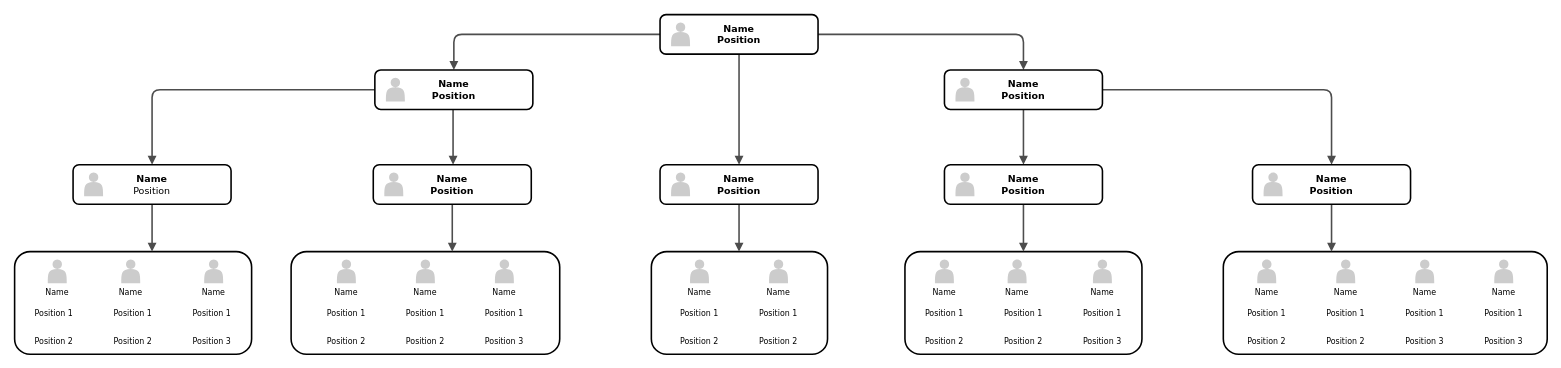
Earlier version of the draw.io diagram 类的继承.drawio (Hantron/jira). Source tidied: cells renumbered, new cells numbered last; positions are measured from the earlier drawing's top-left corner, leaving out a move shared by most shapes. Both pictures are drawn from the tidied source at 79%, with x=0, y=0 at pixel (14, 14).
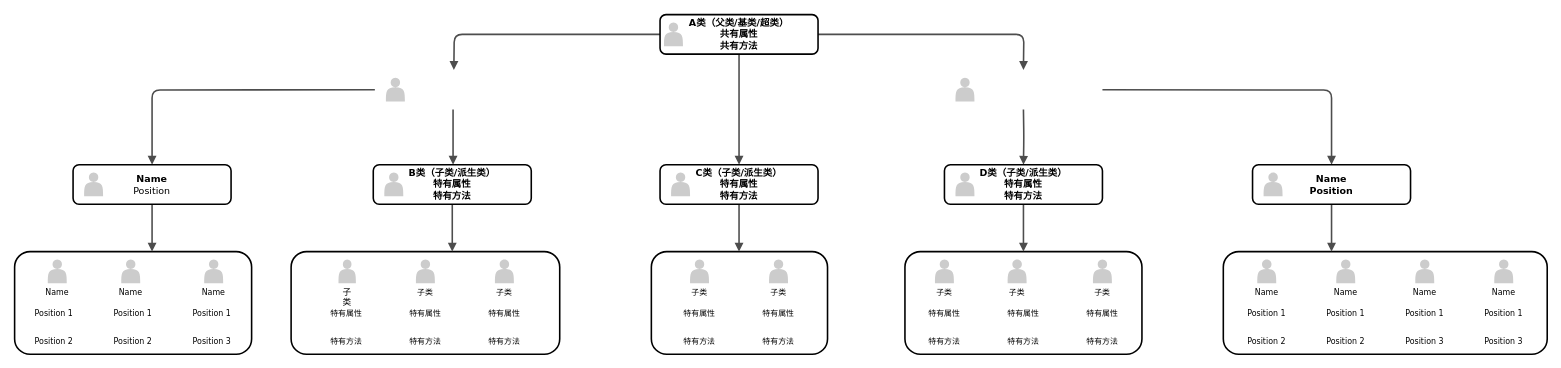
The same diagram, later.

Commit message (it also covers changes not shown here):
更新类的继承.drawio

The change refers to these unchanged cells:
```xml
<mxCell id="64" value="&lt;span&gt;Name&lt;/span&gt;&lt;div&gt;&lt;span style=&quot;font-weight: normal&quot;&gt;Position&lt;/span&gt;&lt;/div&gt;" style="whiteSpace=wrap;html=1;rounded=1;shadow=0;comic=0;strokeWidth=2;fontFamily=Verdana;align=center;fontSize=12;fontStyle=1;" parent="1" vertex="1">
  <mxGeometry x="74" y="190" width="200" height="50" as="geometry" />
</mxCell>
<mxCell id="78" value="Name&lt;div&gt;&lt;span&gt;Position&lt;/span&gt;&lt;/div&gt;" style="whiteSpace=wrap;html=1;rounded=1;shadow=0;comic=0;strokeWidth=2;fontFamily=Verdana;align=center;fontSize=12;fontStyle=1;" parent="1" vertex="1">
  <mxGeometry x="1567" y="190" width="200" height="50" as="geometry" />
</mxCell>
```

What changed in the source:
```diff
@@
-    <mxCell id="7" value="Name" style="shape=actor;whiteSpace=wrap;html=1;rounded=0;shadow=0;comic=0;strokeWidth=1;fillColor=#CCCCCC;fontFamily=Verdana;align=center;strokeColor=none;labelPosition=center;verticalLabelPosition=bottom;verticalAlign=top;fontSize=10;" parent="1" vertex="1">
+    <mxCell id="7" value="子类" style="shape=actor;whiteSpace=wrap;html=1;rounded=0;shadow=0;comic=0;strokeWidth=1;fillColor=#CCCCCC;fontFamily=Verdana;align=center;strokeColor=none;labelPosition=center;verticalLabelPosition=bottom;verticalAlign=top;fontSize=10;" parent="1" vertex="1">
       <mxGeometry x="508" y="310" width="24" height="30" as="geometry" />
     </mxCell>
-    <mxCell id="8" value="Name" style="shape=actor;whiteSpace=wrap;html=1;rounded=0;shadow=0;comic=0;strokeWidth=1;fillColor=#CCCCCC;fontFamily=Verdana;align=center;strokeColor=none;labelPosition=center;verticalLabelPosition=bottom;verticalAlign=top;fontSize=10;" parent="1" vertex="1">
+    <mxCell id="8" value="子类" style="shape=actor;whiteSpace=wrap;html=1;rounded=0;shadow=0;comic=0;strokeWidth=1;fillColor=#CCCCCC;fontFamily=Verdana;align=center;strokeColor=none;labelPosition=center;verticalLabelPosition=bottom;verticalAlign=top;fontSize=10;" parent="1" vertex="1">
       <mxGeometry x="608" y="310" width="24" height="30" as="geometry" />
     </mxCell>
@@
-    <mxCell id="10" value="Name" style="shape=actor;whiteSpace=wrap;html=1;rounded=0;shadow=0;comic=0;strokeWidth=1;fillColor=#CCCCCC;fontFamily=Verdana;align=center;strokeColor=none;labelPosition=center;verticalLabelPosition=bottom;verticalAlign=top;fontSize=10;" parent="1" vertex="1">
+    <mxCell id="10" value="子类" style="shape=actor;whiteSpace=wrap;html=1;rounded=0;shadow=0;comic=0;strokeWidth=1;fillColor=#CCCCCC;fontFamily=Verdana;align=center;strokeColor=none;labelPosition=center;verticalLabelPosition=bottom;verticalAlign=top;fontSize=10;" parent="1" vertex="1">
       <mxGeometry x="855" y="310" width="24" height="30" as="geometry" />
     </mxCell>
-    <mxCell id="11" value="Name" style="shape=actor;whiteSpace=wrap;html=1;rounded=0;shadow=0;comic=0;strokeWidth=1;fillColor=#CCCCCC;fontFamily=Verdana;align=center;strokeColor=none;labelPosition=center;verticalLabelPosition=bottom;verticalAlign=top;fontSize=10;" parent="1" vertex="1">
+    <mxCell id="11" value="子类" style="shape=actor;whiteSpace=wrap;html=1;rounded=0;shadow=0;comic=0;strokeWidth=1;fillColor=#CCCCCC;fontFamily=Verdana;align=center;strokeColor=none;labelPosition=center;verticalLabelPosition=bottom;verticalAlign=top;fontSize=10;" parent="1" vertex="1">
       <mxGeometry x="955" y="310" width="24" height="30" as="geometry" />
     </mxCell>
@@
-    <mxCell id="17" value="Name" style="shape=actor;whiteSpace=wrap;html=1;rounded=0;shadow=0;comic=0;strokeWidth=1;fillColor=#CCCCCC;fontFamily=Verdana;align=center;strokeColor=none;labelPosition=center;verticalLabelPosition=bottom;verticalAlign=top;fontSize=10;" parent="1" vertex="1">
-      <mxGeometry x="408" y="310" width="24" height="30" as="geometry" />
+    <mxCell id="17" value="&lt;font style=&quot;line-height: 0.8; font-size: 11px;&quot;&gt;子类&lt;/font&gt;" style="shape=actor;whiteSpace=wrap;html=1;rounded=0;shadow=0;comic=0;strokeWidth=1;fillColor=#CCCCCC;fontFamily=Verdana;align=center;strokeColor=none;labelPosition=center;verticalLabelPosition=bottom;verticalAlign=top;fontSize=10;" parent="1" vertex="1">
+      <mxGeometry x="410" y="310" width="22" height="30" as="geometry" />
     </mxCell>
@@
-    <mxCell id="20" style="edgeStyle=orthogonalEdgeStyle;rounded=1;html=1;labelBackgroundColor=none;endArrow=block;endFill=1;strokeColor=#4D4D4D;strokeWidth=2;fontFamily=Verdana;fontSize=12;fontStyle=1;" parent="1" edge="1" source="72" target="66">
-      <mxGeometry relative="1" as="geometry" />
+    <mxCell id="20" style="edgeStyle=orthogonalEdgeStyle;rounded=1;html=1;labelBackgroundColor=none;endArrow=block;endFill=1;strokeColor=#4D4D4D;strokeWidth=2;fontFamily=Verdana;fontSize=12;fontStyle=1;" parent="1" edge="1" source="72">
+      <mxGeometry relative="1" as="geometry">
+        <mxPoint x="556" y="70" as="targetPoint" />
+      </mxGeometry>
     </mxCell>
-    <mxCell id="21" style="edgeStyle=orthogonalEdgeStyle;rounded=1;html=1;labelBackgroundColor=none;endArrow=block;endFill=1;strokeColor=#4D4D4D;strokeWidth=2;fontFamily=Verdana;fontSize=12;fontStyle=1;" parent="1" edge="1" source="72" target="74">
-      <mxGeometry relative="1" as="geometry" />
+    <mxCell id="21" style="edgeStyle=orthogonalEdgeStyle;rounded=1;html=1;labelBackgroundColor=none;endArrow=block;endFill=1;strokeColor=#4D4D4D;strokeWidth=2;fontFamily=Verdana;fontSize=12;fontStyle=1;" parent="1" edge="1" source="72">
+      <mxGeometry relative="1" as="geometry">
+        <mxPoint x="1277" y="70" as="targetPoint" />
+      </mxGeometry>
     </mxCell>
-    <mxCell id="22" style="edgeStyle=elbowEdgeStyle;rounded=1;html=1;labelBackgroundColor=none;endArrow=block;endFill=1;strokeColor=#4D4D4D;strokeWidth=2;fontFamily=Verdana;fontSize=12;fontStyle=1;" parent="1" edge="1" source="66" target="68">
-      <mxGeometry relative="1" as="geometry" />
+    <mxCell id="22" style="edgeStyle=elbowEdgeStyle;rounded=1;html=1;labelBackgroundColor=none;endArrow=block;endFill=1;strokeColor=#4D4D4D;strokeWidth=2;fontFamily=Verdana;fontSize=12;fontStyle=1;" parent="1" edge="1" target="68">
+      <mxGeometry relative="1" as="geometry">
+        <mxPoint x="555" y="120" as="sourcePoint" />
+      </mxGeometry>
     </mxCell>
-    <mxCell id="23" style="edgeStyle=orthogonalEdgeStyle;rounded=1;html=1;labelBackgroundColor=none;endArrow=block;endFill=1;strokeColor=#4D4D4D;strokeWidth=2;fontFamily=Verdana;fontSize=12;fontStyle=1;" parent="1" edge="1" source="66" target="64">
-      <mxGeometry relative="1" as="geometry" />
+    <mxCell id="23" style="edgeStyle=orthogonalEdgeStyle;rounded=1;html=1;labelBackgroundColor=none;endArrow=block;endFill=1;strokeColor=#4D4D4D;strokeWidth=2;fontFamily=Verdana;fontSize=12;fontStyle=1;" parent="1" edge="1" target="64">
+      <mxGeometry relative="1" as="geometry">
+        <mxPoint x="456" y="95" as="sourcePoint" />
+      </mxGeometry>
     </mxCell>
-    <mxCell id="24" style="edgeStyle=orthogonalEdgeStyle;rounded=1;html=1;labelBackgroundColor=none;endArrow=block;endFill=1;strokeColor=#4D4D4D;strokeWidth=2;fontFamily=Verdana;fontSize=12;fontStyle=1;" parent="1" edge="1" source="74" target="78">
-      <mxGeometry relative="1" as="geometry" />
+    <mxCell id="24" style="edgeStyle=orthogonalEdgeStyle;rounded=1;html=1;labelBackgroundColor=none;endArrow=block;endFill=1;strokeColor=#4D4D4D;strokeWidth=2;fontFamily=Verdana;fontSize=12;fontStyle=1;" parent="1" edge="1" target="78">
+      <mxGeometry relative="1" as="geometry">
+        <mxPoint x="1377" y="95" as="sourcePoint" />
+      </mxGeometry>
     </mxCell>
-    <mxCell id="25" style="edgeStyle=orthogonalEdgeStyle;rounded=1;html=1;labelBackgroundColor=none;endArrow=block;endFill=1;strokeColor=#4D4D4D;strokeWidth=2;fontFamily=Verdana;fontSize=12;fontStyle=1;" parent="1" edge="1" source="74" target="76">
-      <mxGeometry relative="1" as="geometry" />
+    <mxCell id="25" style="edgeStyle=orthogonalEdgeStyle;rounded=1;html=1;labelBackgroundColor=none;endArrow=block;endFill=1;strokeColor=#4D4D4D;strokeWidth=2;fontFamily=Verdana;fontSize=12;fontStyle=1;" parent="1" edge="1" target="76">
+      <mxGeometry relative="1" as="geometry">
+        <mxPoint x="1277" y="120" as="sourcePoint" />
+      </mxGeometry>
     </mxCell>
@@
-    <mxCell id="37" value="Position 1" style="text;html=1;strokeColor=none;fillColor=none;align=center;verticalAlign=middle;whiteSpace=wrap;rounded=1;shadow=0;comic=0;fontFamily=Verdana;fontSize=10;" parent="1" vertex="1">
+    <mxCell id="37" value="特有属性" style="text;html=1;strokeColor=none;fillColor=none;align=center;verticalAlign=middle;whiteSpace=wrap;rounded=1;shadow=0;comic=0;fontFamily=Verdana;fontSize=10;" parent="1" vertex="1">
       <mxGeometry x="375" y="365" width="90" height="25" as="geometry" />
     </mxCell>
-    <mxCell id="38" value="Position 1" style="text;html=1;strokeColor=none;fillColor=none;align=center;verticalAlign=middle;whiteSpace=wrap;rounded=1;shadow=0;comic=0;fontFamily=Verdana;fontSize=10;" parent="1" vertex="1">
+    <mxCell id="38" value="特有属性" style="text;html=1;strokeColor=none;fillColor=none;align=center;verticalAlign=middle;whiteSpace=wrap;rounded=1;shadow=0;comic=0;fontFamily=Verdana;fontSize=10;" parent="1" vertex="1">
       <mxGeometry x="475" y="365" width="90" height="25" as="geometry" />
     </mxCell>
-    <mxCell id="39" value="Position 1" style="text;html=1;strokeColor=none;fillColor=none;align=center;verticalAlign=middle;whiteSpace=wrap;rounded=1;shadow=0;comic=0;fontFamily=Verdana;fontSize=10;" parent="1" vertex="1">
+    <mxCell id="39" value="特有属性" style="text;html=1;strokeColor=none;fillColor=none;align=center;verticalAlign=middle;whiteSpace=wrap;rounded=1;shadow=0;comic=0;fontFamily=Verdana;fontSize=10;" parent="1" vertex="1">
       <mxGeometry x="575" y="365" width="90" height="25" as="geometry" />
     </mxCell>
-    <mxCell id="40" value="Position 2" style="text;html=1;strokeColor=none;fillColor=none;align=center;verticalAlign=middle;whiteSpace=wrap;rounded=1;shadow=0;comic=0;fontFamily=Verdana;fontSize=10;" parent="1" vertex="1">
+    <mxCell id="40" value="特有方法" style="text;html=1;strokeColor=none;fillColor=none;align=center;verticalAlign=middle;whiteSpace=wrap;rounded=1;shadow=0;comic=0;fontFamily=Verdana;fontSize=10;" parent="1" vertex="1">
       <mxGeometry x="375" y="400" width="90" height="25" as="geometry" />
     </mxCell>
-    <mxCell id="41" value="Position 2" style="text;html=1;strokeColor=none;fillColor=none;align=center;verticalAlign=middle;whiteSpace=wrap;rounded=1;shadow=0;comic=0;fontFamily=Verdana;fontSize=10;" parent="1" vertex="1">
+    <mxCell id="41" value="特有方法" style="text;html=1;strokeColor=none;fillColor=none;align=center;verticalAlign=middle;whiteSpace=wrap;rounded=1;shadow=0;comic=0;fontFamily=Verdana;fontSize=10;" parent="1" vertex="1">
       <mxGeometry x="475" y="400" width="90" height="25" as="geometry" />
     </mxCell>
-    <mxCell id="42" value="Position 3" style="text;html=1;strokeColor=none;fillColor=none;align=center;verticalAlign=middle;whiteSpace=wrap;rounded=1;shadow=0;comic=0;fontFamily=Verdana;fontSize=10;" parent="1" vertex="1">
+    <mxCell id="42" value="特有方法" style="text;html=1;strokeColor=none;fillColor=none;align=center;verticalAlign=middle;whiteSpace=wrap;rounded=1;shadow=0;comic=0;fontFamily=Verdana;fontSize=10;" parent="1" vertex="1">
       <mxGeometry x="575" y="400" width="90" height="25" as="geometry" />
     </mxCell>
-    <mxCell id="43" value="Position 1" style="text;html=1;strokeColor=none;fillColor=none;align=center;verticalAlign=middle;whiteSpace=wrap;rounded=1;shadow=0;comic=0;fontFamily=Verdana;fontSize=10;" parent="1" vertex="1">
+    <mxCell id="43" value="特有属性" style="text;html=1;strokeColor=none;fillColor=none;align=center;verticalAlign=middle;whiteSpace=wrap;rounded=1;shadow=0;comic=0;fontFamily=Verdana;fontSize=10;" parent="1" vertex="1">
       <mxGeometry x="822" y="365" width="90" height="25" as="geometry" />
     </mxCell>
-    <mxCell id="44" value="Position 1" style="text;html=1;strokeColor=none;fillColor=none;align=center;verticalAlign=middle;whiteSpace=wrap;rounded=1;shadow=0;comic=0;fontFamily=Verdana;fontSize=10;" parent="1" vertex="1">
+    <mxCell id="44" value="特有属性" style="text;html=1;strokeColor=none;fillColor=none;align=center;verticalAlign=middle;whiteSpace=wrap;rounded=1;shadow=0;comic=0;fontFamily=Verdana;fontSize=10;" parent="1" vertex="1">
       <mxGeometry x="922" y="365" width="90" height="25" as="geometry" />
     </mxCell>
-    <mxCell id="45" value="Position 2" style="text;html=1;strokeColor=none;fillColor=none;align=center;verticalAlign=middle;whiteSpace=wrap;rounded=1;shadow=0;comic=0;fontFamily=Verdana;fontSize=10;" parent="1" vertex="1">
+    <mxCell id="45" value="特有方法" style="text;html=1;strokeColor=none;fillColor=none;align=center;verticalAlign=middle;whiteSpace=wrap;rounded=1;shadow=0;comic=0;fontFamily=Verdana;fontSize=10;" parent="1" vertex="1">
       <mxGeometry x="822" y="400" width="90" height="25" as="geometry" />
     </mxCell>
-    <mxCell id="46" value="Position 2" style="text;html=1;strokeColor=none;fillColor=none;align=center;verticalAlign=middle;whiteSpace=wrap;rounded=1;shadow=0;comic=0;fontFamily=Verdana;fontSize=10;" parent="1" vertex="1">
+    <mxCell id="46" value="特有方法" style="text;html=1;strokeColor=none;fillColor=none;align=center;verticalAlign=middle;whiteSpace=wrap;rounded=1;shadow=0;comic=0;fontFamily=Verdana;fontSize=10;" parent="1" vertex="1">
       <mxGeometry x="922" y="400" width="90" height="25" as="geometry" />
     </mxCell>
-    <mxCell id="47" value="Name" style="shape=actor;whiteSpace=wrap;html=1;rounded=0;shadow=0;comic=0;strokeWidth=1;fillColor=#CCCCCC;fontFamily=Verdana;align=center;strokeColor=none;labelPosition=center;verticalLabelPosition=bottom;verticalAlign=top;fontSize=10;" parent="1" vertex="1">
+    <mxCell id="47" value="子类" style="shape=actor;whiteSpace=wrap;html=1;rounded=0;shadow=0;comic=0;strokeWidth=1;fillColor=#CCCCCC;fontFamily=Verdana;align=center;strokeColor=none;labelPosition=center;verticalLabelPosition=bottom;verticalAlign=top;fontSize=10;" parent="1" vertex="1">
       <mxGeometry x="1257" y="310" width="24" height="30" as="geometry" />
     </mxCell>
-    <mxCell id="48" value="Name" style="shape=actor;whiteSpace=wrap;html=1;rounded=0;shadow=0;comic=0;strokeWidth=1;fillColor=#CCCCCC;fontFamily=Verdana;align=center;strokeColor=none;labelPosition=center;verticalLabelPosition=bottom;verticalAlign=top;fontSize=10;" parent="1" vertex="1">
+    <mxCell id="48" value="子类" style="shape=actor;whiteSpace=wrap;html=1;rounded=0;shadow=0;comic=0;strokeWidth=1;fillColor=#CCCCCC;fontFamily=Verdana;align=center;strokeColor=none;labelPosition=center;verticalLabelPosition=bottom;verticalAlign=top;fontSize=10;" parent="1" vertex="1">
       <mxGeometry x="1365" y="310" width="24" height="30" as="geometry" />
     </mxCell>
-    <mxCell id="49" value="Name" style="shape=actor;whiteSpace=wrap;html=1;rounded=0;shadow=0;comic=0;strokeWidth=1;fillColor=#CCCCCC;fontFamily=Verdana;align=center;strokeColor=none;labelPosition=center;verticalLabelPosition=bottom;verticalAlign=top;fontSize=10;" parent="1" vertex="1">
+    <mxCell id="49" value="子类" style="shape=actor;whiteSpace=wrap;html=1;rounded=0;shadow=0;comic=0;strokeWidth=1;fillColor=#CCCCCC;fontFamily=Verdana;align=center;strokeColor=none;labelPosition=center;verticalLabelPosition=bottom;verticalAlign=top;fontSize=10;" parent="1" vertex="1">
       <mxGeometry x="1165" y="310" width="24" height="30" as="geometry" />
     </mxCell>
-    <mxCell id="50" value="Position 1" style="text;html=1;strokeColor=none;fillColor=none;align=center;verticalAlign=middle;whiteSpace=wrap;rounded=1;shadow=0;comic=0;fontFamily=Verdana;fontSize=10;" parent="1" vertex="1">
+    <mxCell id="50" value="特有属性" style="text;html=1;strokeColor=none;fillColor=none;align=center;verticalAlign=middle;whiteSpace=wrap;rounded=1;shadow=0;comic=0;fontFamily=Verdana;fontSize=10;" parent="1" vertex="1">
       <mxGeometry x="1132" y="365" width="90" height="25" as="geometry" />
     </mxCell>
-    <mxCell id="51" value="Position 1" style="text;html=1;strokeColor=none;fillColor=none;align=center;verticalAlign=middle;whiteSpace=wrap;rounded=1;shadow=0;comic=0;fontFamily=Verdana;fontSize=10;" parent="1" vertex="1">
+    <mxCell id="51" value="特有属性" style="text;html=1;strokeColor=none;fillColor=none;align=center;verticalAlign=middle;whiteSpace=wrap;rounded=1;shadow=0;comic=0;fontFamily=Verdana;fontSize=10;" parent="1" vertex="1">
       <mxGeometry x="1232" y="365" width="90" height="25" as="geometry" />
     </mxCell>
-    <mxCell id="52" value="Position 1" style="text;html=1;strokeColor=none;fillColor=none;align=center;verticalAlign=middle;whiteSpace=wrap;rounded=1;shadow=0;comic=0;fontFamily=Verdana;fontSize=10;" parent="1" vertex="1">
+    <mxCell id="52" value="特有属性" style="text;html=1;strokeColor=none;fillColor=none;align=center;verticalAlign=middle;whiteSpace=wrap;rounded=1;shadow=0;comic=0;fontFamily=Verdana;fontSize=10;" parent="1" vertex="1">
       <mxGeometry x="1332" y="365" width="90" height="25" as="geometry" />
     </mxCell>
-    <mxCell id="53" value="Position 2" style="text;html=1;strokeColor=none;fillColor=none;align=center;verticalAlign=middle;whiteSpace=wrap;rounded=1;shadow=0;comic=0;fontFamily=Verdana;fontSize=10;" parent="1" vertex="1">
+    <mxCell id="53" value="特有方法" style="text;html=1;strokeColor=none;fillColor=none;align=center;verticalAlign=middle;whiteSpace=wrap;rounded=1;shadow=0;comic=0;fontFamily=Verdana;fontSize=10;" parent="1" vertex="1">
       <mxGeometry x="1132" y="400" width="90" height="25" as="geometry" />
     </mxCell>
-    <mxCell id="54" value="Position 2" style="text;html=1;strokeColor=none;fillColor=none;align=center;verticalAlign=middle;whiteSpace=wrap;rounded=1;shadow=0;comic=0;fontFamily=Verdana;fontSize=10;" parent="1" vertex="1">
+    <mxCell id="54" value="特有方法" style="text;html=1;strokeColor=none;fillColor=none;align=center;verticalAlign=middle;whiteSpace=wrap;rounded=1;shadow=0;comic=0;fontFamily=Verdana;fontSize=10;" parent="1" vertex="1">
       <mxGeometry x="1232" y="400" width="90" height="25" as="geometry" />
     </mxCell>
-    <mxCell id="55" value="Position 3" style="text;html=1;strokeColor=none;fillColor=none;align=center;verticalAlign=middle;whiteSpace=wrap;rounded=1;shadow=0;comic=0;fontFamily=Verdana;fontSize=10;" parent="1" vertex="1">
+    <mxCell id="55" value="特有方法" style="text;html=1;strokeColor=none;fillColor=none;align=center;verticalAlign=middle;whiteSpace=wrap;rounded=1;shadow=0;comic=0;fontFamily=Verdana;fontSize=10;" parent="1" vertex="1">
       <mxGeometry x="1332" y="400" width="90" height="25" as="geometry" />
     </mxCell>
@@
-    <mxCell id="66" value="Name&lt;div&gt;&lt;span&gt;Position&lt;/span&gt;&lt;/div&gt;" style="whiteSpace=wrap;html=1;rounded=1;shadow=0;comic=0;strokeWidth=2;fontFamily=Verdana;align=center;fontSize=12;fontStyle=1;" parent="1" vertex="1">
-      <mxGeometry x="456" y="70" width="200" height="50" as="geometry" />
-    </mxCell>
@@
-    <mxCell id="68" value="Name&lt;div&gt;&lt;span&gt;Position&lt;/span&gt;&lt;/div&gt;" style="whiteSpace=wrap;html=1;rounded=1;shadow=0;comic=0;strokeWidth=2;fontFamily=Verdana;align=center;fontSize=12;fontStyle=1;" parent="1" vertex="1">
+    <mxCell id="68" value="B类（子类/派生类）&lt;br&gt;特有属性&lt;br&gt;特有方法" style="whiteSpace=wrap;html=1;rounded=1;shadow=0;comic=0;strokeWidth=2;fontFamily=Verdana;align=center;fontSize=12;fontStyle=1;" parent="1" vertex="1">
       <mxGeometry x="454" y="190" width="200" height="50" as="geometry" />
     </mxCell>
@@
-    <mxCell id="70" value="Name&lt;div&gt;&lt;span&gt;Position&lt;/span&gt;&lt;/div&gt;" style="whiteSpace=wrap;html=1;rounded=1;shadow=0;comic=0;strokeWidth=2;fontFamily=Verdana;align=center;fontSize=12;fontStyle=1;" parent="1" vertex="1">
+    <mxCell id="70" value="C类（子类/派生类）&lt;br&gt;特有属性&lt;br&gt;特有方法" style="whiteSpace=wrap;html=1;rounded=1;shadow=0;comic=0;strokeWidth=2;fontFamily=Verdana;align=center;fontSize=12;fontStyle=1;" parent="1" vertex="1">
       <mxGeometry x="817" y="190" width="200" height="50" as="geometry" />
     </mxCell>
@@
-    <mxCell id="72" value="Name&lt;div&gt;&lt;span&gt;Position&lt;/span&gt;&lt;/div&gt;" style="whiteSpace=wrap;html=1;rounded=1;shadow=0;comic=0;strokeWidth=2;fontFamily=Verdana;align=center;fontSize=12;fontStyle=1;" parent="1" vertex="1">
+    <mxCell id="72" value="A类（父类/基类/超类）&lt;br&gt;共有属性&lt;br&gt;共有方法" style="whiteSpace=wrap;html=1;rounded=1;shadow=0;comic=0;strokeWidth=2;fontFamily=Verdana;align=center;fontSize=12;fontStyle=1;" parent="1" vertex="1">
       <mxGeometry x="817" width="200" height="50" as="geometry" />
     </mxCell>
     <mxCell id="73" style="shape=actor;whiteSpace=wrap;html=1;rounded=0;shadow=0;comic=0;strokeWidth=1;fillColor=#CCCCCC;fontFamily=Verdana;align=center;strokeColor=none;fontSize=12;fontStyle=1;" parent="1" vertex="1">
-      <mxGeometry x="831" y="10" width="24" height="30" as="geometry" />
+      <mxGeometry x="822" y="10" width="24" height="30" as="geometry" />
     </mxCell>
-    <mxCell id="74" value="Name&lt;div&gt;&lt;span&gt;Position&lt;/span&gt;&lt;/div&gt;" style="whiteSpace=wrap;html=1;rounded=1;shadow=0;comic=0;strokeWidth=2;fontFamily=Verdana;align=center;fontSize=12;fontStyle=1;" parent="1" vertex="1">
-      <mxGeometry x="1177" y="70" width="200" height="50" as="geometry" />
-    </mxCell>
@@
-    <mxCell id="76" value="Name&lt;div&gt;&lt;span&gt;Position&lt;/span&gt;&lt;/div&gt;" style="whiteSpace=wrap;html=1;rounded=1;shadow=0;comic=0;strokeWidth=2;fontFamily=Verdana;align=center;fontSize=12;fontStyle=1;" parent="1" vertex="1">
+    <mxCell id="76" value="D类（子类/派生类）&lt;br&gt;特有属性&lt;br&gt;特有方法" style="whiteSpace=wrap;html=1;rounded=1;shadow=0;comic=0;strokeWidth=2;fontFamily=Verdana;align=center;fontSize=12;fontStyle=1;" parent="1" vertex="1">
       <mxGeometry x="1177" y="190" width="200" height="50" as="geometry" />
     </mxCell>
```
